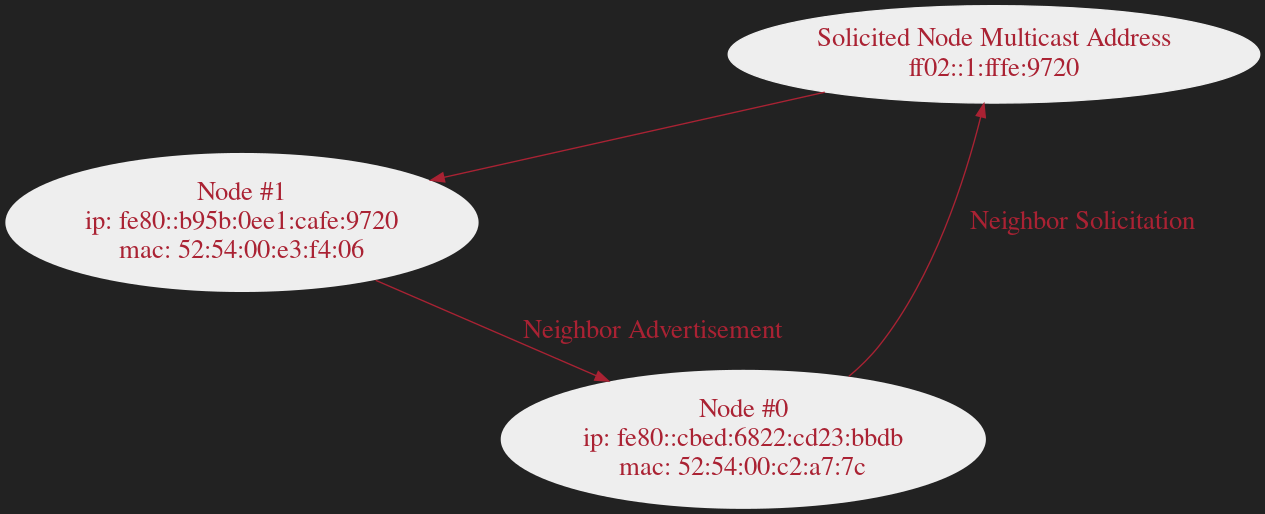
Above: slides/graphs/images/ndp-ar-network.png in dlrobertson/dlrobertson.com (Graphviz), before the change. Its source is kept beside it as slides/graphs/sources/ndp-ar-network.dot.
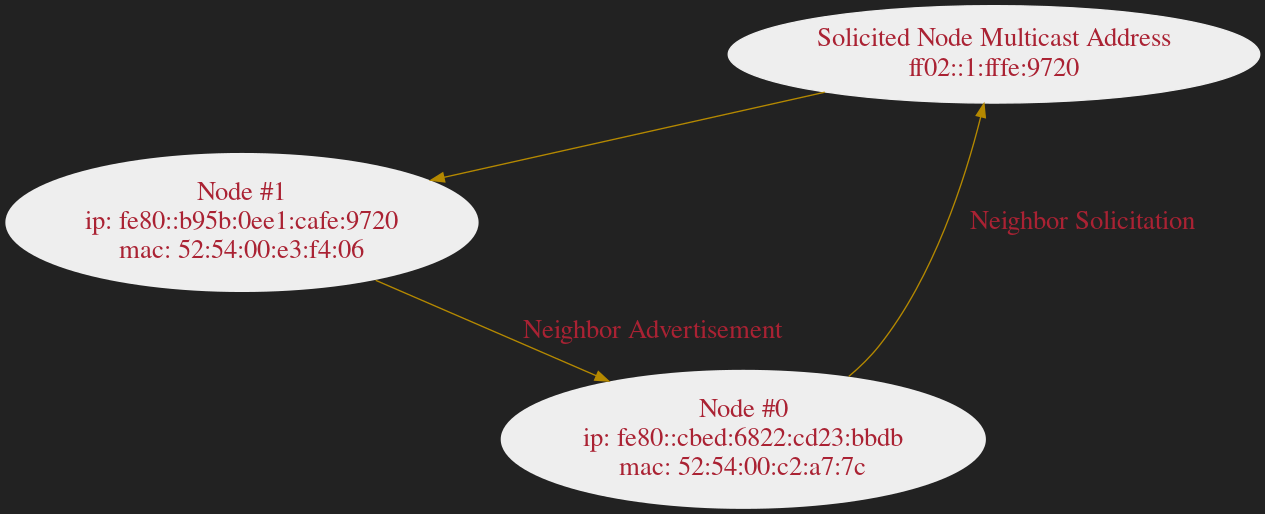
The same file after the commit.

What changed in the source:
```diff
@@ -6,7 +6,7 @@
     fontcolor="#aa2233"
     fontsize=20
     bgcolor="#222222"
-    edge[color="#aa2233", fontcolor="#aa2233", fontsize=20]
+    edge[color="#b58900", fontcolor="#aa2233", fontsize=20]
     node[fontcolor="#aa2233", fontsize=20]
     solicited_node[
         label="Solicited Node Multicast Address\nff02::1:fffe:9720"
```
